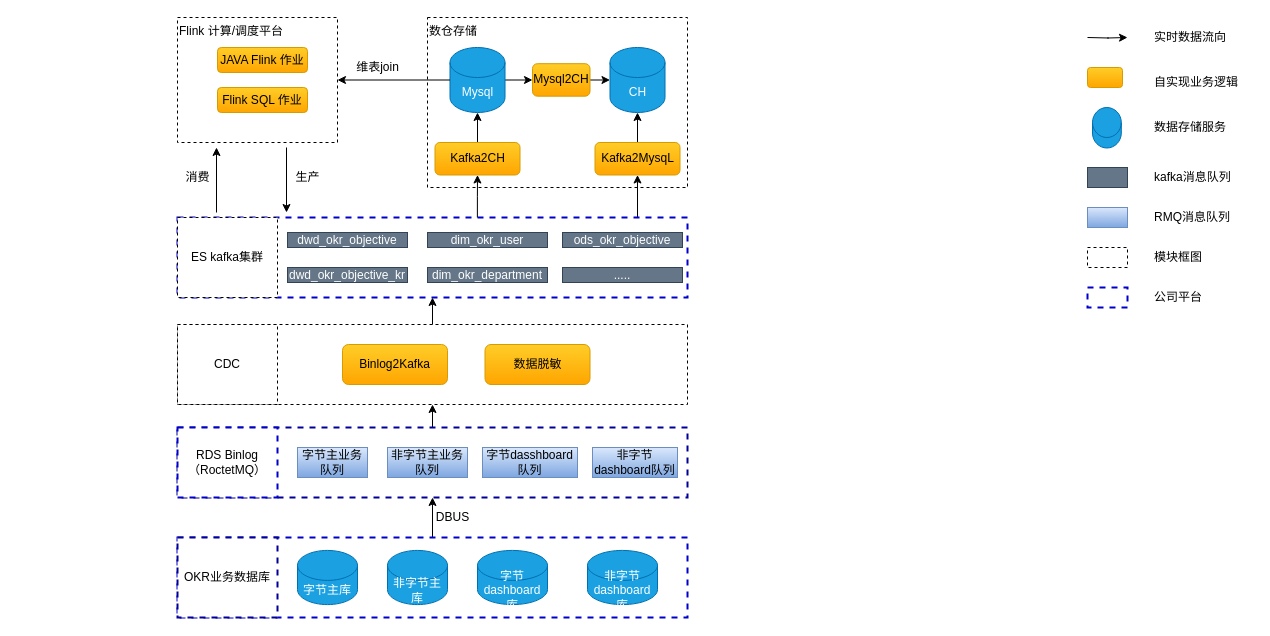
Earlier version of the draw.io diagram okrx/okrx 数据流.drawio (cicelprg/drawio). Source tidied: cells renumbered, new cells numbered last; positions are measured from the earlier drawing's top-left corner, leaving out a move shared by most shapes. Both pictures are drawn from the tidied source at 100%, with x=0, y=0 at pixel (177, 17).
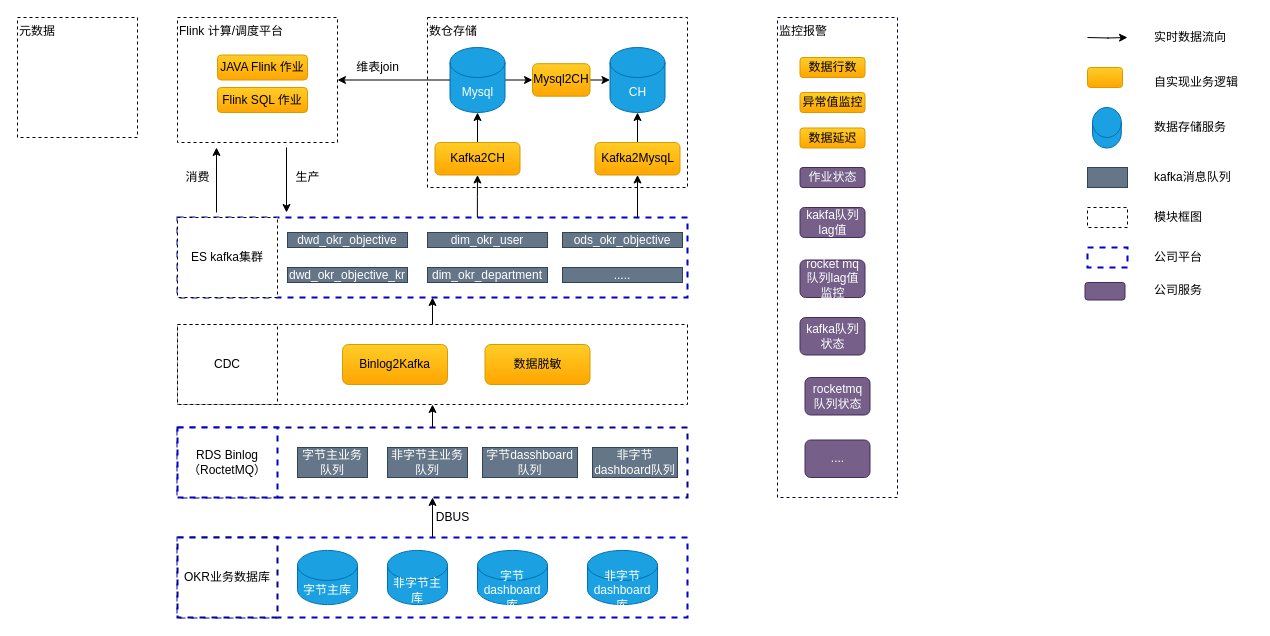
The same page after the edit.

The edit, as a diff of the source:
```diff
@@
-    <mxCell id="9" value="字节主业务队列" style="rounded=0;whiteSpace=wrap;html=1;strokeWidth=1;fillColor=#dae8fc;align=center;strokeColor=#6c8ebf;gradientColor=#7ea6e0;" parent="1" vertex="1">
+    <mxCell id="9" value="字节主业务队列" style="rounded=0;whiteSpace=wrap;html=1;strokeWidth=1;fillColor=#647687;align=center;strokeColor=#314354;fontColor=#ffffff;" parent="1" vertex="1">
       <mxGeometry x="120" y="430" width="70" height="30" as="geometry" />
     </mxCell>
-    <mxCell id="10" value="非字节主业务队列" style="rounded=0;whiteSpace=wrap;html=1;strokeWidth=1;fillColor=#dae8fc;align=center;strokeColor=#6c8ebf;gradientColor=#7ea6e0;" parent="1" vertex="1">
+    <mxCell id="10" value="非字节主业务队列" style="rounded=0;whiteSpace=wrap;html=1;strokeWidth=1;fillColor=#647687;align=center;strokeColor=#314354;fontColor=#ffffff;" parent="1" vertex="1">
       <mxGeometry x="210" y="430" width="80" height="30" as="geometry" />
     </mxCell>
-    <mxCell id="11" value="字节dasshboard 队列" style="rounded=0;whiteSpace=wrap;html=1;strokeWidth=1;fillColor=#dae8fc;align=center;strokeColor=#6c8ebf;gradientColor=#7ea6e0;" parent="1" vertex="1">
+    <mxCell id="11" value="字节dasshboard 队列" style="rounded=0;whiteSpace=wrap;html=1;strokeWidth=1;fillColor=#647687;align=center;strokeColor=#314354;fontColor=#ffffff;" parent="1" vertex="1">
       <mxGeometry x="305" y="430" width="95" height="30" as="geometry" />
     </mxCell>
@@
-    <mxCell id="16" value="非字节dashboard队列" style="rounded=0;whiteSpace=wrap;html=1;strokeWidth=1;fillColor=#dae8fc;align=center;strokeColor=#6c8ebf;gradientColor=#7ea6e0;" parent="1" vertex="1">
+    <mxCell id="16" value="非字节dashboard队列" style="rounded=0;whiteSpace=wrap;html=1;strokeWidth=1;fillColor=#647687;align=center;strokeColor=#314354;fontColor=#ffffff;" parent="1" vertex="1">
       <mxGeometry x="415" y="430" width="85" height="30" as="geometry" />
     </mxCell>
@@
-    <mxCell id="42" style="rounded=0;whiteSpace=wrap;html=1;strokeWidth=1;fillColor=#dae8fc;align=center;strokeColor=#6c8ebf;gradientColor=#7ea6e0;" parent="1" vertex="1">
-      <mxGeometry x="910" y="190" width="40" height="20" as="geometry" />
-    </mxCell>
-    <mxCell id="43" value="RMQ消息队列" style="text;html=1;align=left;verticalAlign=middle;" parent="1" vertex="1">
-      <mxGeometry x="975" y="190" width="90" height="20" as="geometry" />
-    </mxCell>
     <mxCell id="44" style="rounded=0;whiteSpace=wrap;html=1;strokeWidth=1;fillColor=none;align=left;dashed=1;" parent="1" vertex="1">
-      <mxGeometry x="910" y="230" width="40" height="20" as="geometry" />
+      <mxGeometry x="910" y="190" width="40" height="20" as="geometry" />
     </mxCell>
     <mxCell id="45" value="模块框图" style="text;html=1;align=left;verticalAlign=middle;" parent="1" vertex="1">
-      <mxGeometry x="975" y="230" width="60" height="20" as="geometry" />
+      <mxGeometry x="975" y="190" width="60" height="20" as="geometry" />
     </mxCell>
@@
     <mxCell id="58" value="JAVA Flink 作业" style="rounded=1;whiteSpace=wrap;html=1;strokeWidth=1;fillColor=#ffcd28;align=center;strokeColor=#d79b00;gradientColor=#ffa500;" parent="1" vertex="1">
-      <mxGeometry x="40" y="30" width="90" height="25" as="geometry" />
+      <mxGeometry x="40" y="37.5" width="90" height="25" as="geometry" />
     </mxCell>
@@
     <mxCell id="63" style="rounded=0;whiteSpace=wrap;html=1;strokeWidth=2;fillColor=none;align=left;dashed=1;strokeColor=#0000CC;" parent="1" vertex="1">
-      <mxGeometry x="910" y="270" width="40" height="20" as="geometry" />
+      <mxGeometry x="910" y="230" width="40" height="20" as="geometry" />
     </mxCell>
     <mxCell id="64" value="公司平台" style="text;html=1;align=left;verticalAlign=middle;" parent="1" vertex="1">
-      <mxGeometry x="975" y="270" width="60" height="20" as="geometry" />
+      <mxGeometry x="975" y="230" width="60" height="20" as="geometry" />
     </mxCell>
+    <mxCell id="65" value="监控报警" style="whiteSpace=wrap;html=1;strokeWidth=1;fillColor=none;align=left;strokeColor=#000033;dashed=1;verticalAlign=top;" parent="1" vertex="1">
+      <mxGeometry x="600" width="120" height="480" as="geometry" />
+    </mxCell>
+    <mxCell id="66" value="数据行数" style="rounded=1;whiteSpace=wrap;html=1;strokeWidth=1;fillColor=#ffcd28;align=center;strokeColor=#d79b00;gradientColor=#ffa500;" parent="1" vertex="1">
+      <mxGeometry x="622.5" y="40" width="65" height="20" as="geometry" />
+    </mxCell>
+    <mxCell id="67" value="异常值监控" style="rounded=1;whiteSpace=wrap;html=1;strokeWidth=1;fillColor=#ffcd28;align=center;strokeColor=#d79b00;gradientColor=#ffa500;" parent="1" vertex="1">
+      <mxGeometry x="622.5" y="75" width="65" height="20" as="geometry" />
+    </mxCell>
+    <mxCell id="68" value="数据延迟" style="rounded=1;whiteSpace=wrap;html=1;strokeWidth=1;fillColor=#ffcd28;align=center;strokeColor=#d79b00;gradientColor=#ffa500;" parent="1" vertex="1">
+      <mxGeometry x="622.5" y="110.5" width="65" height="20" as="geometry" />
+    </mxCell>
+    <mxCell id="69" value="作业状态" style="rounded=1;whiteSpace=wrap;html=1;strokeWidth=1;fillColor=#76608a;align=center;strokeColor=#432D57;fontColor=#ffffff;" parent="1" vertex="1">
+      <mxGeometry x="622.5" y="150" width="65" height="20" as="geometry" />
+    </mxCell>
+    <mxCell id="70" value="kakfa队列lag值" style="rounded=1;whiteSpace=wrap;html=1;strokeWidth=1;fillColor=#76608a;align=center;strokeColor=#432D57;fontColor=#ffffff;" parent="1" vertex="1">
+      <mxGeometry x="622.5" y="190" width="65" height="30" as="geometry" />
+    </mxCell>
+    <mxCell id="71" value="rocket mq 队列lag值监控" style="rounded=1;whiteSpace=wrap;html=1;strokeWidth=1;fillColor=#76608a;align=center;strokeColor=#432D57;fontColor=#ffffff;" parent="1" vertex="1">
+      <mxGeometry x="622.5" y="242.5" width="65" height="37.5" as="geometry" />
+    </mxCell>
+    <mxCell id="72" style="rounded=1;whiteSpace=wrap;html=1;strokeWidth=1;fillColor=#76608a;align=center;strokeColor=#432D57;fontColor=#ffffff;" parent="1" vertex="1">
+      <mxGeometry x="907.5" y="265" width="40" height="17.5" as="geometry" />
+    </mxCell>
+    <mxCell id="73" value="公司服务" style="text;html=1;align=left;verticalAlign=middle;" parent="1" vertex="1">
+      <mxGeometry x="975" y="262.5" width="60" height="20" as="geometry" />
+    </mxCell>
+    <mxCell id="74" value="元数据" style="rounded=0;whiteSpace=wrap;html=1;strokeWidth=1;align=left;fillColor=none;verticalAlign=top;dashed=1;" parent="1" vertex="1">
+      <mxGeometry x="-160" width="120" height="120" as="geometry" />
+    </mxCell>
+    <mxCell id="75" value="kafka队列状态" style="rounded=1;whiteSpace=wrap;html=1;strokeWidth=1;fillColor=#76608a;align=center;strokeColor=#432D57;fontColor=#ffffff;" parent="1" vertex="1">
+      <mxGeometry x="622.5" y="300" width="65" height="37.5" as="geometry" />
+    </mxCell>
+    <mxCell id="76" value="rocketmq 队列状态" style="rounded=1;whiteSpace=wrap;html=1;strokeWidth=1;fillColor=#76608a;align=center;strokeColor=#432D57;fontColor=#ffffff;" parent="1" vertex="1">
+      <mxGeometry x="627.5" y="360" width="65" height="37.5" as="geometry" />
+    </mxCell>
+    <mxCell id="77" value="...." style="rounded=1;whiteSpace=wrap;html=1;strokeWidth=1;fillColor=#76608a;align=center;strokeColor=#432D57;fontColor=#ffffff;" parent="1" vertex="1">
+      <mxGeometry x="627.5" y="422.5" width="65" height="37.5" as="geometry" />
+    </mxCell>
```
